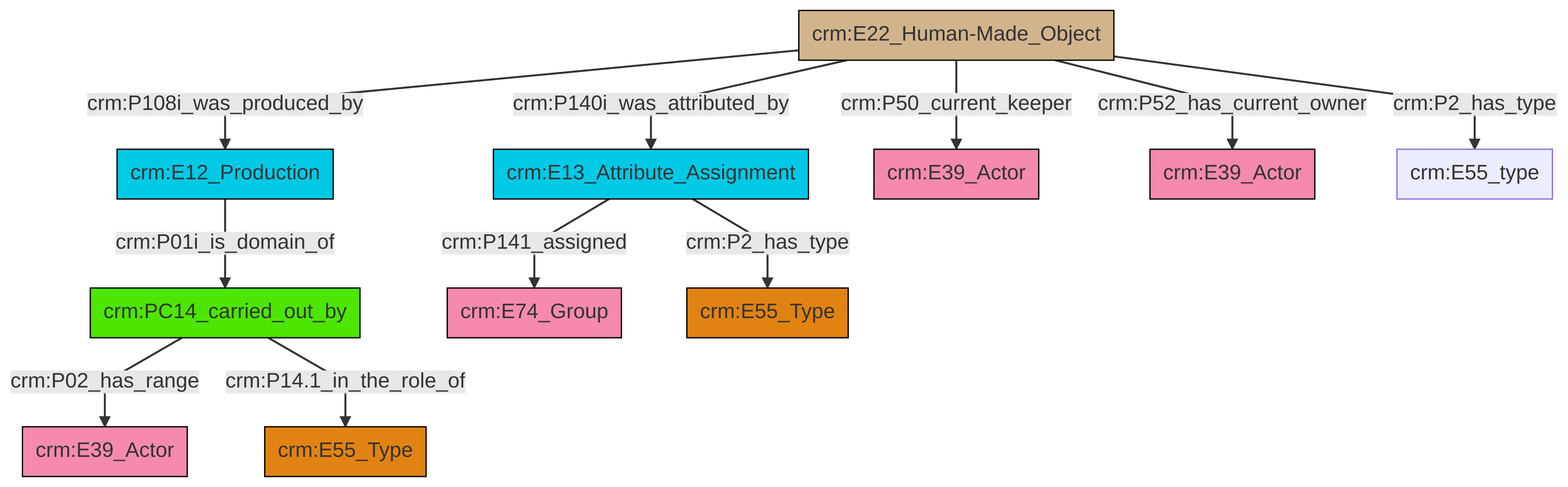
swiss-art-research-net/docs.swissartresearch keeps this Mermaid diagram as et/artworkCSV/ttl/mmd/png/Artwork_Actor_Relations.png. Above is the earlier version. Its source is kept beside it as et/artworkCSV/ttl/mmd/Artwork_Actor_Relations.ttl.mmd.
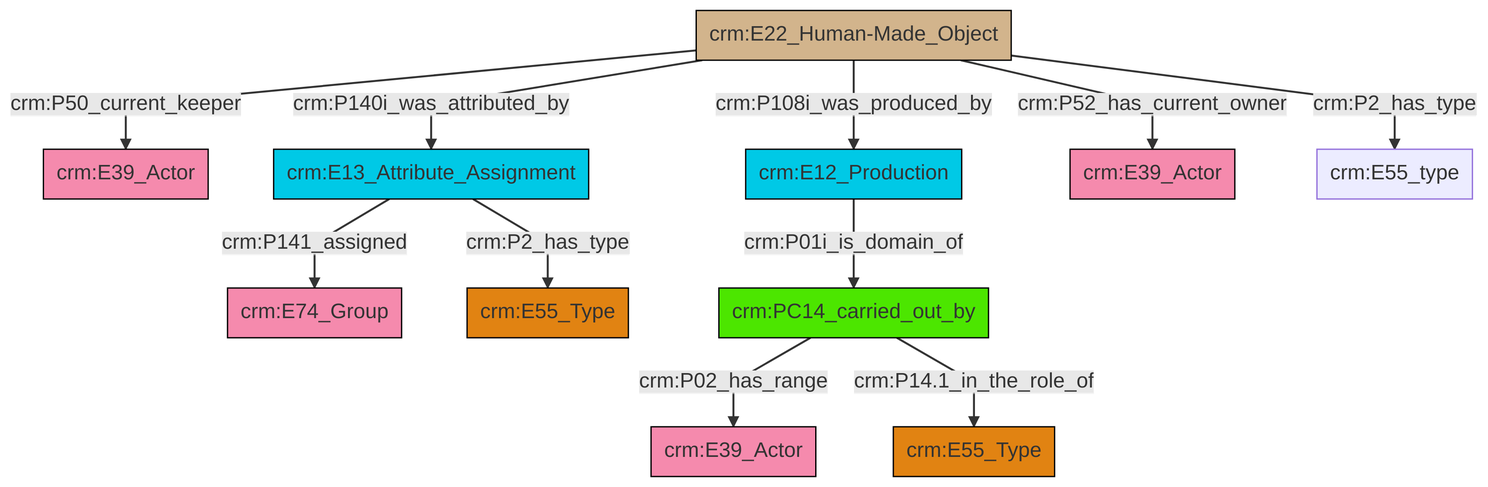
Later version of the same file.

What changed in the source:
```diff
@@ -13,13 +13,13 @@
 classDef PC_Classes fill:#4ce600, stroke:#000000;
 classDef Multi fill:#cccccc,stroke:#000000;
 
-0["crm:E22_Human-Made_Object"]:::Physical_Thing -->|crm:P108i_was_produced_by| 2["crm:E12_Production"]:::Temporal_Entity
-0["crm:E22_Human-Made_Object"]:::Physical_Thing -->|crm:P50_current_keeper| 6["crm:E39_Actor"]:::Actor
-9["crm:PC14_carried_out_by"]:::PC_Classes -->|crm:P02_has_range| 7["crm:E39_Actor"]:::Actor
-3["crm:E13_Attribute_Assignment"]:::Temporal_Entity -->|crm:P141_assigned| 10["crm:E74_Group"]:::Actor
-2["crm:E12_Production"]:::Temporal_Entity -->|crm:P01i_is_domain_of| 9["crm:PC14_carried_out_by"]:::PC_Classes
-0["crm:E22_Human-Made_Object"]:::Physical_Thing -->|crm:P52_has_current_owner| 11["crm:E39_Actor"]:::Actor
-3["crm:E13_Attribute_Assignment"]:::Temporal_Entity -->|crm:P2_has_type| 12["crm:E55_Type"]:::Type
-0["crm:E22_Human-Made_Object"]:::Physical_Thing -->|crm:P2_has_type| 13["crm:E55_type"]:::Default
-9["crm:PC14_carried_out_by"]:::PC_Classes -->|crm:P14.1_in_the_role_of| 14["crm:E55_Type"]:::Type
-0["crm:E22_Human-Made_Object"]:::Physical_Thing -->|crm:P140i_was_attributed_by| 3["crm:E13_Attribute_Assignment"]:::Temporal_Entity
+0["crm:E22_Human-Made_Object"]:::Physical_Thing -->|crm:P50_current_keeper| 1["crm:E39_Actor"]:::Actor
+11["crm:E12_Production"]:::Temporal_Entity -->|crm:P01i_is_domain_of| 6["crm:PC14_carried_out_by"]:::PC_Classes
+12["crm:E13_Attribute_Assignment"]:::Temporal_Entity -->|crm:P2_has_type| 4["crm:E55_Type"]:::Type
+0["crm:E22_Human-Made_Object"]:::Physical_Thing -->|crm:P140i_was_attributed_by| 12["crm:E13_Attribute_Assignment"]:::Temporal_Entity
+0["crm:E22_Human-Made_Object"]:::Physical_Thing -->|crm:P108i_was_produced_by| 11["crm:E12_Production"]:::Temporal_Entity
+6["crm:PC14_carried_out_by"]:::PC_Classes -->|crm:P02_has_range| 9["crm:E39_Actor"]:::Actor
+0["crm:E22_Human-Made_Object"]:::Physical_Thing -->|crm:P52_has_current_owner| 14["crm:E39_Actor"]:::Actor
+12["crm:E13_Attribute_Assignment"]:::Temporal_Entity -->|crm:P141_assigned| 2["crm:E74_Group"]:::Actor
+6["crm:PC14_carried_out_by"]:::PC_Classes -->|crm:P14.1_in_the_role_of| 20["crm:E55_Type"]:::Type
+0["crm:E22_Human-Made_Object"]:::Physical_Thing -->|crm:P2_has_type| 16["crm:E55_type"]:::Default
```
